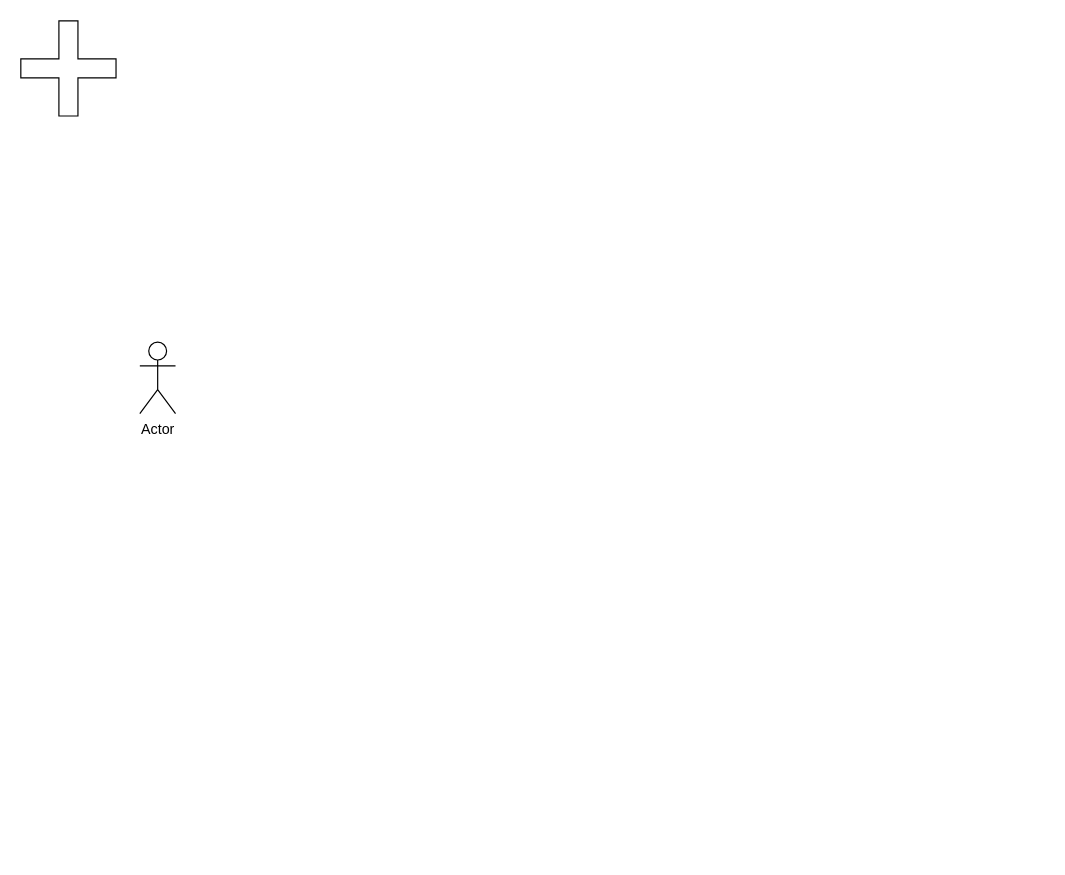
mrFroxyk/university-projects keeps this draw.io diagram as 3rdSemester/riat/Диаграмма без названия.drawio. Above is the earlier version. Source tidied: cells renumbered, new cells numbered last; positions are measured from the earlier drawing's top-left corner, leaving out a move shared by most shapes. Both pictures are drawn from the tidied source at 119%, with x=0, y=0 at pixel (20, 20).
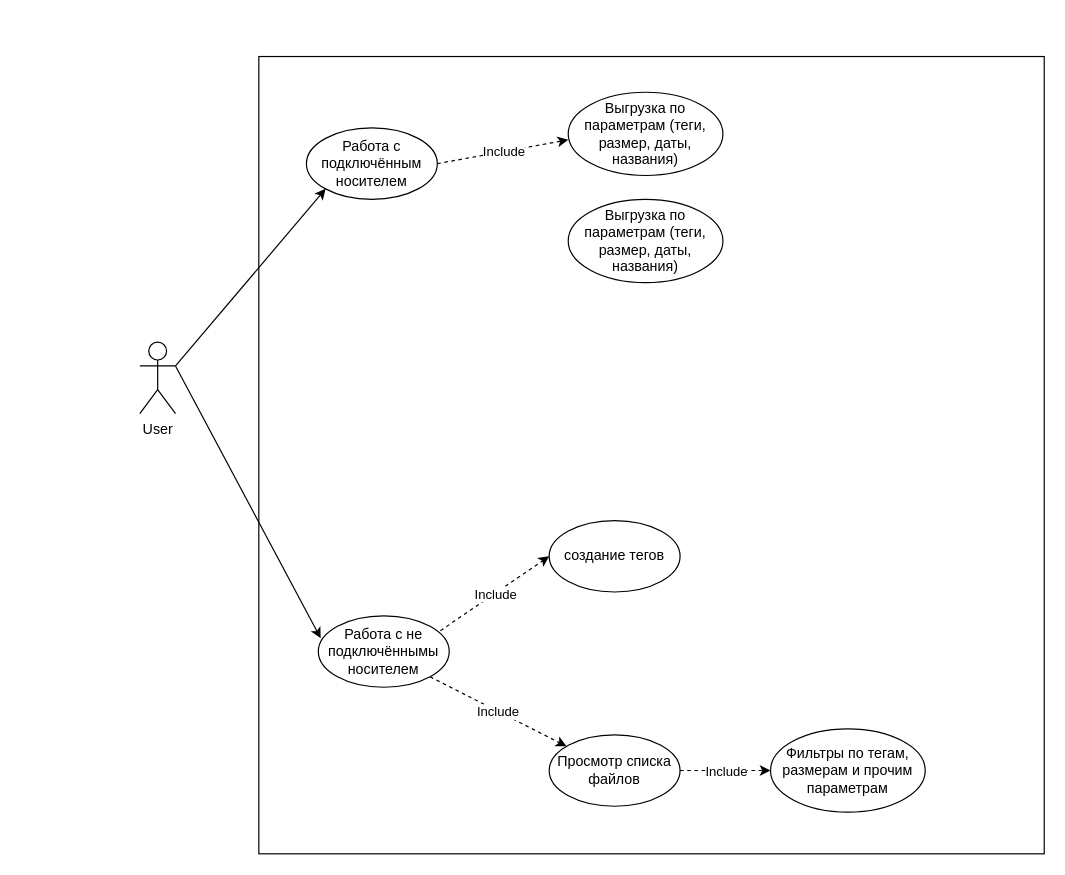
Above is the later version.

Diff of the diagram source:
```diff
@@
-    <mxCell id="2" style="whiteSpace=wrap;html=1;shape=cross;" parent="1" vertex="1">
-      <mxGeometry width="80" height="80" as="geometry" />
-    </mxCell>
+    <mxCell id="4" style="edgeStyle=orthogonalEdgeStyle;rounded=0;orthogonalLoop=1;jettySize=auto;html=1;" parent="1" edge="1">
+      <mxGeometry relative="1" as="geometry">
+        <mxPoint x="180" y="200" as="sourcePoint" />
+      </mxGeometry>
+    </mxCell>
-    <mxCell id="3" value="Actor" style="shape=umlActor;verticalLabelPosition=bottom;verticalAlign=top;html=1;" parent="1" vertex="1">
+    <mxCell id="3" value="User" style="shape=umlActor;verticalLabelPosition=bottom;verticalAlign=top;html=1;" parent="1" vertex="1">
       <mxGeometry x="100" y="270" width="30" height="60" as="geometry" />
     </mxCell>
+    <mxCell id="5" style="rounded=0;whiteSpace=wrap;html=1;" parent="1" vertex="1">
+      <mxGeometry x="200" y="30" width="660" height="670" as="geometry" />
+    </mxCell>
+    <mxCell id="6" value="Просмотр списка файлов" style="ellipse;whiteSpace=wrap;html=1;" parent="1" vertex="1">
+      <mxGeometry x="444" y="600" width="110" height="60" as="geometry" />
+    </mxCell>
+    <mxCell id="7" value="создание тегов" style="ellipse;whiteSpace=wrap;html=1;" parent="1" vertex="1">
+      <mxGeometry x="444" y="420" width="110" height="60" as="geometry" />
+    </mxCell>
+    <mxCell id="8" value="Работа с подключённым носителем" style="ellipse;whiteSpace=wrap;html=1;" parent="1" vertex="1">
+      <mxGeometry x="240" y="90" width="110" height="60" as="geometry" />
+    </mxCell>
+    <mxCell id="9" value="Работа с не подключённымы носителем" style="ellipse;whiteSpace=wrap;html=1;" parent="1" vertex="1">
+      <mxGeometry x="250" y="500" width="110" height="60" as="geometry" />
+    </mxCell>
+    <mxCell id="10" style="endArrow=classic;html=1;rounded=0;entryX=0;entryY=0.5;entryDx=0;entryDy=0;dashed=1;exitX=0.933;exitY=0.208;exitDx=0;exitDy=0;exitPerimeter=0;" parent="1" edge="1" source="9" target="7">
+      <mxGeometry relative="1" as="geometry" />
+    </mxCell>
+    <mxCell id="11" value="Include" style="edgeLabel;html=1;align=center;verticalAlign=middle;" parent="10" vertex="1">
+      <mxGeometry relative="1" as="geometry" />
+    </mxCell>
+    <mxCell id="12" style="endArrow=classic;html=1;rounded=0;dashed=1;exitX=1;exitY=1;exitDx=0;exitDy=0;" parent="1" edge="1" source="9" target="6">
+      <mxGeometry relative="1" as="geometry" />
+    </mxCell>
+    <mxCell id="13" value="Include" style="edgeLabel;html=1;align=center;verticalAlign=middle;" parent="12" vertex="1">
+      <mxGeometry relative="1" as="geometry" />
+    </mxCell>
+    <mxCell id="14" style="endArrow=classic;html=1;rounded=0;entryX=0;entryY=1;entryDx=0;entryDy=0;exitX=1;exitY=0.3333333333333333;exitDx=0;exitDy=0;exitPerimeter=0;" parent="1" edge="1" source="3" target="8">
+      <mxGeometry relative="1" as="geometry" />
+    </mxCell>
+    <mxCell id="15" style="endArrow=classic;html=1;rounded=0;entryX=0.018;entryY=0.314;entryDx=0;entryDy=0;entryPerimeter=0;" parent="1" edge="1" target="9">
+      <mxGeometry relative="1" as="geometry">
+        <mxPoint x="130" y="290" as="sourcePoint" />
+      </mxGeometry>
+    </mxCell>
+    <mxCell id="16" value="Выгрузка по параметрам (теги, размер, даты, названия)" style="ellipse;whiteSpace=wrap;html=1;" parent="1" vertex="1">
+      <mxGeometry x="460" y="60" width="130" height="70" as="geometry" />
+    </mxCell>
+    <mxCell id="17" style="endArrow=classic;html=1;rounded=0;entryX=0;entryY=0.5;entryDx=0;entryDy=0;dashed=1;exitX=1;exitY=0.5;exitDx=0;exitDy=0;" parent="1" edge="1" source="8">
+      <mxGeometry relative="1" as="geometry">
+        <mxPoint x="460" y="100" as="targetPoint" />
+      </mxGeometry>
+    </mxCell>
+    <mxCell id="18" value="Include" style="edgeLabel;html=1;align=center;verticalAlign=middle;" parent="17" vertex="1">
+      <mxGeometry relative="1" as="geometry" />
+    </mxCell>
+    <mxCell id="19" value="Выгрузка по параметрам (теги, размер, даты, названия)" style="ellipse;whiteSpace=wrap;html=1;" parent="1" vertex="1">
+      <mxGeometry x="460" y="150" width="130" height="70" as="geometry" />
+    </mxCell>
+    <mxCell id="20" value="Фильтры по тегам, размерам и прочим параметрам" style="ellipse;whiteSpace=wrap;html=1;" parent="1" vertex="1">
+      <mxGeometry x="630" y="595" width="130" height="70" as="geometry" />
+    </mxCell>
+    <mxCell id="21" style="endArrow=classic;html=1;rounded=0;dashed=1;exitX=1;exitY=0.5;exitDx=0;exitDy=0;entryX=0;entryY=0.5;entryDx=0;entryDy=0;" parent="1" edge="1" source="6" target="20">
+      <mxGeometry relative="1" as="geometry" />
+    </mxCell>
+    <mxCell id="22" value="Include" style="edgeLabel;html=1;align=center;verticalAlign=middle;" parent="21" vertex="1">
+      <mxGeometry relative="1" as="geometry" />
+    </mxCell>
```
